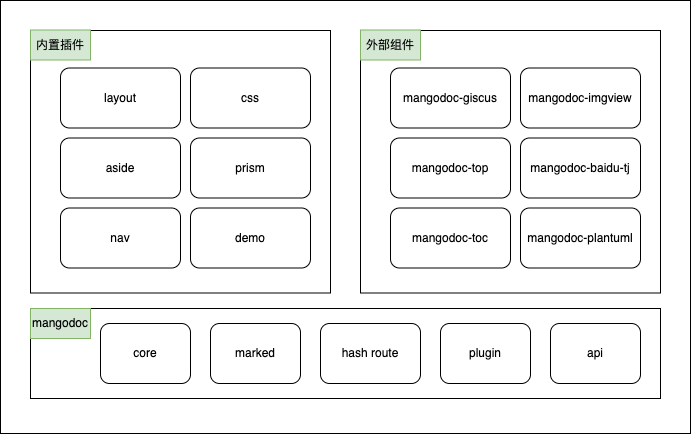
This is static/images/arch.drawio.png from mangodoc/mangodoc, a draw.io export, as it was before one commit. Source tidied: cells renumbered, new cells last; positions are measured from the earlier drawing's top-left corner, leaving out a move shared by most shapes.
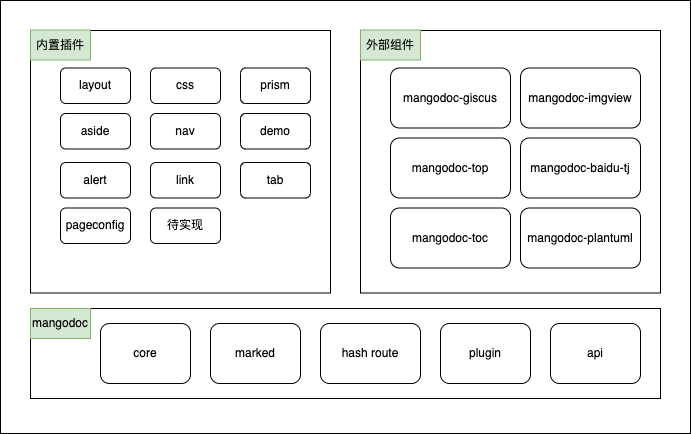
Later version of the same file.

What changed in the source:
```diff
@@ -12,17 +12,8 @@
       <mxGeometry x="30" y="308" width="630" height="90" as="geometry" />
     </mxCell>
     <mxCell id="5" value="layout" style="rounded=1;whiteSpace=wrap;html=1;" parent="1" vertex="1">
-      <mxGeometry x="60" y="67.5" width="120" height="60" as="geometry" />
+      <mxGeometry x="60" y="67.5" width="70" height="35.5" as="geometry" />
     </mxCell>
-    <mxCell id="6" value="aside" style="rounded=1;whiteSpace=wrap;html=1;" parent="1" vertex="1">
-      <mxGeometry x="60" y="137.5" width="120" height="60" as="geometry" />
-    </mxCell>
-    <mxCell id="7" value="nav" style="rounded=1;whiteSpace=wrap;html=1;" parent="1" vertex="1">
-      <mxGeometry x="60" y="207.5" width="120" height="60" as="geometry" />
-    </mxCell>
-    <mxCell id="8" value="prism" style="rounded=1;whiteSpace=wrap;html=1;" parent="1" vertex="1">
-      <mxGeometry x="190" y="137.5" width="120" height="60" as="geometry" />
-    </mxCell>
     <mxCell id="9" value="core" style="rounded=1;whiteSpace=wrap;html=1;" parent="1" vertex="1">
       <mxGeometry x="100" y="323" width="90" height="60" as="geometry" />
     </mxCell>
@@ -39,11 +30,8 @@
       <mxGeometry x="30" y="308" width="60" height="30" as="geometry" />
     </mxCell>
     <mxCell id="14" value="css" style="rounded=1;whiteSpace=wrap;html=1;" parent="1" vertex="1">
-      <mxGeometry x="190" y="67.5" width="120" height="60" as="geometry" />
+      <mxGeometry x="150" y="67.5" width="70" height="35.5" as="geometry" />
     </mxCell>
-    <mxCell id="15" value="demo" style="rounded=1;whiteSpace=wrap;html=1;" parent="1" vertex="1">
-      <mxGeometry x="190" y="207.5" width="120" height="60" as="geometry" />
-    </mxCell>
     <mxCell id="16" value="内置插件" style="text;html=1;strokeColor=#82b366;fillColor=#d5e8d4;align=center;verticalAlign=middle;whiteSpace=wrap;rounded=0;" parent="1" vertex="1">
       <mxGeometry x="30" y="29.5" width="60" height="30" as="geometry" />
     </mxCell>
@@ -74,5 +62,32 @@
     <mxCell id="25" value="mangodoc-plantuml" style="rounded=1;whiteSpace=wrap;html=1;" parent="1" vertex="1">
       <mxGeometry x="520" y="207.5" width="120" height="60" as="geometry" />
     </mxCell>
+    <mxCell id="8" value="prism" style="rounded=1;whiteSpace=wrap;html=1;" parent="1" vertex="1">
+      <mxGeometry x="240" y="67.5" width="70" height="35.5" as="geometry" />
+    </mxCell>
+    <mxCell id="6" value="aside" style="rounded=1;whiteSpace=wrap;html=1;" parent="1" vertex="1">
+      <mxGeometry x="60" y="113" width="70" height="35.5" as="geometry" />
+    </mxCell>
+    <mxCell id="7" value="nav" style="rounded=1;whiteSpace=wrap;html=1;" parent="1" vertex="1">
+      <mxGeometry x="150" y="113" width="70" height="35.5" as="geometry" />
+    </mxCell>
+    <mxCell id="15" value="demo" style="rounded=1;whiteSpace=wrap;html=1;" parent="1" vertex="1">
+      <mxGeometry x="240" y="113" width="70" height="35.5" as="geometry" />
+    </mxCell>
+    <mxCell id="26" value="alert" style="rounded=1;whiteSpace=wrap;html=1;" parent="1" vertex="1">
+      <mxGeometry x="60" y="162" width="70" height="35.5" as="geometry" />
+    </mxCell>
+    <mxCell id="27" value="link" style="rounded=1;whiteSpace=wrap;html=1;" parent="1" vertex="1">
+      <mxGeometry x="150" y="162" width="70" height="35.5" as="geometry" />
+    </mxCell>
+    <mxCell id="28" value="tab" style="rounded=1;whiteSpace=wrap;html=1;" parent="1" vertex="1">
+      <mxGeometry x="240" y="162" width="70" height="35.5" as="geometry" />
+    </mxCell>
+    <mxCell id="29" value="pageconfig" style="rounded=1;whiteSpace=wrap;html=1;" parent="1" vertex="1">
+      <mxGeometry x="60" y="207.5" width="70" height="35.5" as="geometry" />
+    </mxCell>
+    <mxCell id="30" value="待实现" style="rounded=1;whiteSpace=wrap;html=1;" parent="1" vertex="1">
+      <mxGeometry x="150" y="207.5" width="70" height="35.5" as="geometry" />
+    </mxCell>
   </root>
 </mxGraphModel>
```
